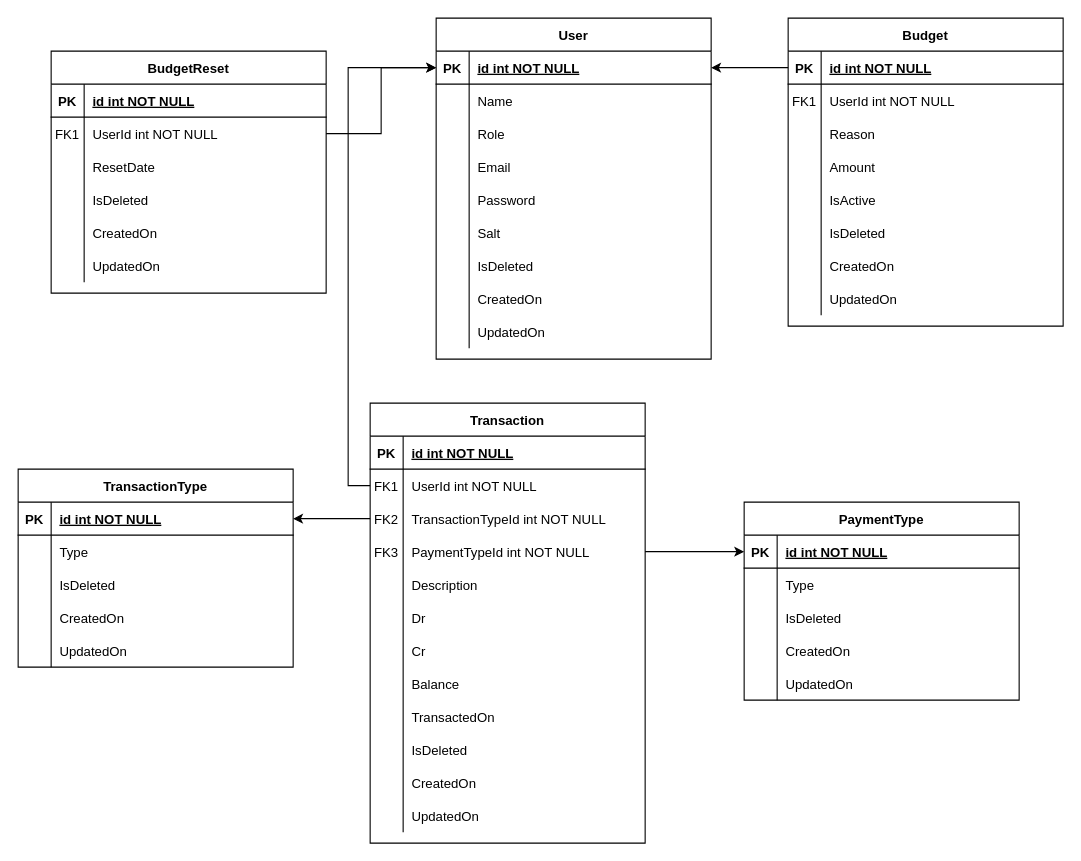
Earlier version of the draw.io diagram Documentation/DbShema.drawio (mohanKvGithub/ExpenseTracker). Source tidied: cells renumbered, new cells numbered last; positions are measured from the earlier drawing's top-left corner, leaving out a move shared by most shapes. Both pictures are drawn from the tidied source at 110%, with x=0, y=0 at pixel (18, 18).
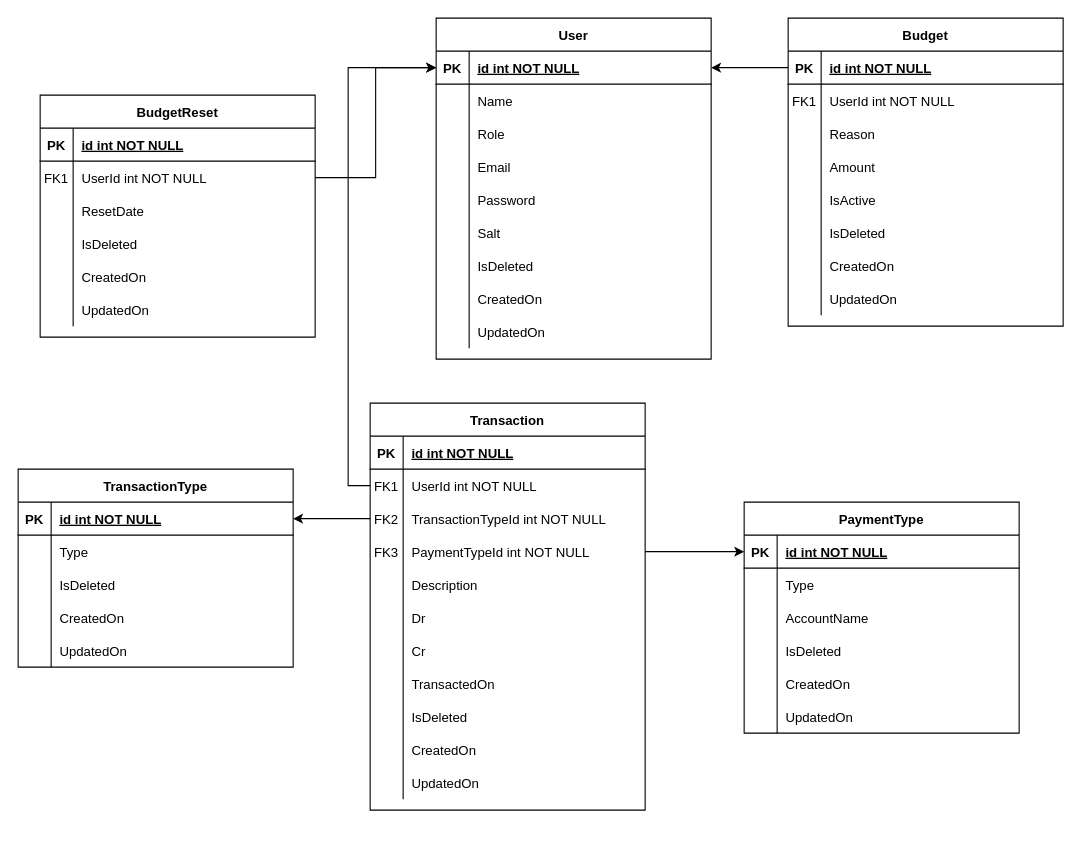
Above is the later version.

Change to the diagram source:
```diff
@@
     <mxCell id="2" value="Transaction" style="shape=table;startSize=30;childLayout=tableLayout;rowLines=0;fontStyle=1;align=center;" parent="1" vertex="1">
-      <mxGeometry x="320" y="350" width="250" height="400" as="geometry" />
+      <mxGeometry x="320" y="350" width="250" height="370" as="geometry" />
     </mxCell>
@@
-    <mxCell id="24" style="shape=partialRectangle;fillColor=none;top=0;left=0;right=0;bottom=0;" parent="2" vertex="1">
-      <mxGeometry y="240" width="250" height="30" as="geometry" />
-    </mxCell>
-    <mxCell id="25" style="shape=partialRectangle;overflow=hidden;fillColor=none;top=0;left=0;bottom=0;right=0;" parent="24" vertex="1">
-      <mxGeometry width="30" height="30" as="geometry" />
-    </mxCell>
-    <mxCell id="26" value="Balance" style="shape=partialRectangle;overflow=hidden;fillColor=none;top=0;left=0;bottom=0;right=0;align=left;spacingLeft=6;" parent="24" vertex="1">
-      <mxGeometry x="30" width="220" height="30" as="geometry" />
-    </mxCell>
     <mxCell id="27" style="shape=partialRectangle;fillColor=none;top=0;left=0;right=0;bottom=0;" parent="2" vertex="1">
-      <mxGeometry y="270" width="250" height="30" as="geometry" />
+      <mxGeometry y="240" width="250" height="30" as="geometry" />
     </mxCell>
@@
     <mxCell id="30" style="shape=partialRectangle;fillColor=none;top=0;left=0;right=0;bottom=0;" parent="2" vertex="1">
-      <mxGeometry y="300" width="250" height="30" as="geometry" />
+      <mxGeometry y="270" width="250" height="30" as="geometry" />
     </mxCell>
@@
     <mxCell id="33" style="shape=partialRectangle;fillColor=none;top=0;left=0;right=0;bottom=0;" parent="2" vertex="1">
-      <mxGeometry y="330" width="250" height="30" as="geometry" />
+      <mxGeometry y="300" width="250" height="30" as="geometry" />
     </mxCell>
@@
     <mxCell id="36" style="shape=partialRectangle;fillColor=none;top=0;left=0;right=0;bottom=0;" parent="2" vertex="1">
-      <mxGeometry y="360" width="250" height="30" as="geometry" />
+      <mxGeometry y="330" width="250" height="30" as="geometry" />
     </mxCell>
@@
     <mxCell id="83" value="PaymentType" style="shape=table;startSize=30;childLayout=tableLayout;rowLines=0;fontStyle=1;align=center;" parent="1" vertex="1">
-      <mxGeometry x="660" y="440" width="250" height="180" as="geometry" />
+      <mxGeometry x="660" y="440" width="250" height="210" as="geometry" />
     </mxCell>
@@
+    <mxCell id="148" style="shape=partialRectangle;fillColor=none;top=0;left=0;right=0;bottom=0;" parent="83" vertex="1">
+      <mxGeometry y="90" width="250" height="30" as="geometry" />
+    </mxCell>
+    <mxCell id="25" style="shape=partialRectangle;overflow=hidden;fillColor=none;top=0;left=0;bottom=0;right=0;" parent="148" vertex="1">
+      <mxGeometry width="30" height="30" as="geometry" />
+    </mxCell>
+    <mxCell id="149" value="AccountName" style="shape=partialRectangle;overflow=hidden;fillColor=none;top=0;left=0;bottom=0;right=0;align=left;spacingLeft=6;" parent="148" vertex="1">
+      <mxGeometry x="30" width="220" height="30" as="geometry" />
+    </mxCell>
     <mxCell id="90" style="shape=partialRectangle;fillColor=none;top=0;left=0;right=0;bottom=0;" parent="83" vertex="1">
-      <mxGeometry y="90" width="250" height="30" as="geometry" />
+      <mxGeometry y="120" width="250" height="30" as="geometry" />
     </mxCell>
@@
     <mxCell id="93" style="shape=partialRectangle;fillColor=none;top=0;left=0;right=0;bottom=0;" parent="83" vertex="1">
-      <mxGeometry y="120" width="250" height="30" as="geometry" />
+      <mxGeometry y="150" width="250" height="30" as="geometry" />
     </mxCell>
@@
     <mxCell id="96" style="shape=partialRectangle;fillColor=none;top=0;left=0;right=0;bottom=0;" parent="83" vertex="1">
-      <mxGeometry y="150" width="250" height="30" as="geometry" />
+      <mxGeometry y="180" width="250" height="30" as="geometry" />
     </mxCell>
@@
     <mxCell id="128" value="BudgetReset" style="shape=table;startSize=30;childLayout=tableLayout;rowLines=0;fontStyle=1;align=center;" parent="1" vertex="1">
-      <mxGeometry x="30" y="30" width="250" height="220" as="geometry" />
+      <mxGeometry x="20" y="70" width="250" height="220" as="geometry" />
     </mxCell>
```
